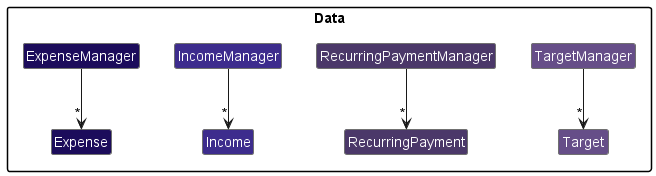
Above: docs/images/ComponentData.png in nus-cs2113-AY2223S1/tp (PlantUML), before the change.
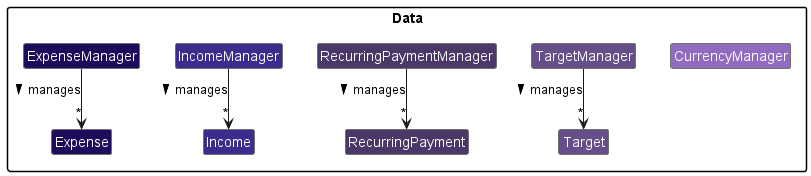
Later version of the same file.

Commit message:
Add CurrencyManager class to component data diagram

The edit, as a diff of the source:
```diff
@@ -18,15 +18,17 @@
     Class RecurringPayment DATA_COLOR_3
     Class TargetManager DATA_COLOR_4
     Class Target DATA_COLOR_4
+    Class CurrencyManager DATA_COLOR_5
 }
 
 ExpenseManager -right[hidden]-> IncomeManager
 IncomeManager -right[hidden]-> RecurringPaymentManager
 RecurringPaymentManager -right[hidden]-> TargetManager
+TargetManager -right[hidden]-> CurrencyManager
 
-ExpenseManager -down-> "*" Expense
-IncomeManager -down-> "*" Income
-RecurringPaymentManager -down-> "*" RecurringPayment
-TargetManager -down-> "*" Target
+ExpenseManager -down-> "*" Expense : > manages
+IncomeManager -down-> "*" Income : > manages
+RecurringPaymentManager -down-> "*" RecurringPayment : > manages
+TargetManager -down-> "*" Target : > manages
 
 @enduml
```
